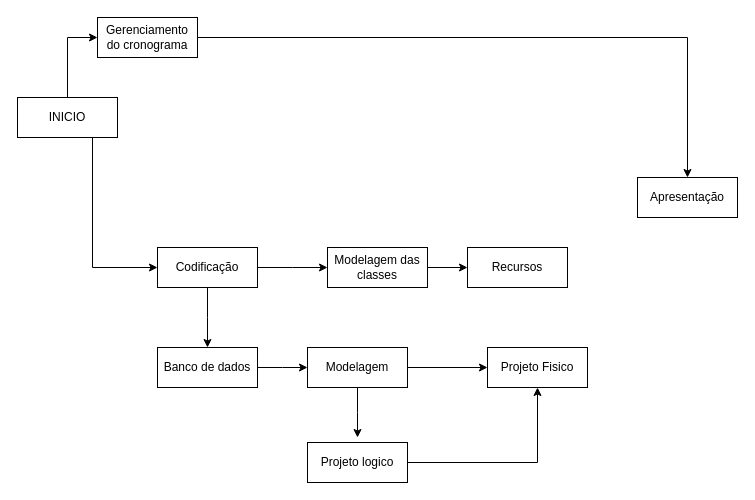
Before: page "Page-2" (2 of 2) of Diagrama de Precedencia_DW.drawio in GabrielMaxMaia/Service-PIIV, a draw.io diagram. Source tidied: cells renumbered, new cells numbered last; positions are measured from the earlier drawing's top-left corner, leaving out a move shared by most shapes. Both pictures are drawn from the tidied source at 100%, with x=0, y=0 at pixel (17, 17).
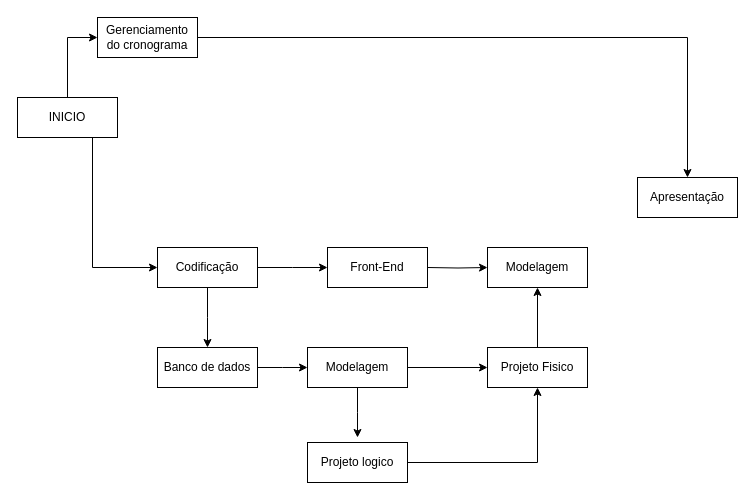
The same diagram, later.

The change refers to these unchanged cells:
```xml
<mxCell id="18" value="Projeto Fisico" style="rounded=0;whiteSpace=wrap;html=1;" parent="1" vertex="1">
  <mxGeometry x="470" y="330" width="100" height="40" as="geometry" />
</mxCell>
```

Diff of the diagram source:
```diff
@@
+    <mxCell id="22" style="edgeStyle=orthogonalEdgeStyle;rounded=0;jettySize=auto;html=1;entryX=0.5;entryY=1;entryDx=0;entryDy=0;" parent="1" edge="1" source="18" target="21">
+      <mxGeometry relative="1" as="geometry" />
+    </mxCell>
@@
-    <mxCell id="19" style="edgeStyle=orthogonalEdgeStyle;rounded=0;jettySize=auto;html=1;entryX=0;entryY=0.5;entryDx=0;entryDy=0;" parent="1" edge="1" source="20" target="21">
-      <mxGeometry relative="1" as="geometry" />
+    <mxCell id="19" style="edgeStyle=orthogonalEdgeStyle;rounded=0;jettySize=auto;html=1;entryX=0;entryY=0.5;entryDx=0;entryDy=0;" parent="1" edge="1" target="21">
+      <mxGeometry relative="1" as="geometry">
+        <mxPoint x="410" y="250" as="sourcePoint" />
+      </mxGeometry>
     </mxCell>
-    <mxCell id="20" value="Modelagem das&lt;br&gt;classes" style="rounded=0;whiteSpace=wrap;html=1;" parent="1" vertex="1">
-      <mxGeometry x="310" y="230" width="100" height="40" as="geometry" />
-    </mxCell>
-    <mxCell id="21" value="Recursos" style="rounded=0;whiteSpace=wrap;html=1;" parent="1" vertex="1">
-      <mxGeometry x="450" y="230" width="100" height="40" as="geometry" />
+    <mxCell id="21" value="Modelagem" style="rounded=0;whiteSpace=wrap;html=1;" parent="1" vertex="1">
+      <mxGeometry x="470" y="230" width="100" height="40" as="geometry" />
     </mxCell>
+    <mxCell id="23" value="Front-End" style="rounded=0;whiteSpace=wrap;html=1;" parent="1" vertex="1">
+      <mxGeometry x="310" y="230" width="100" height="40" as="geometry" />
+    </mxCell>
```
